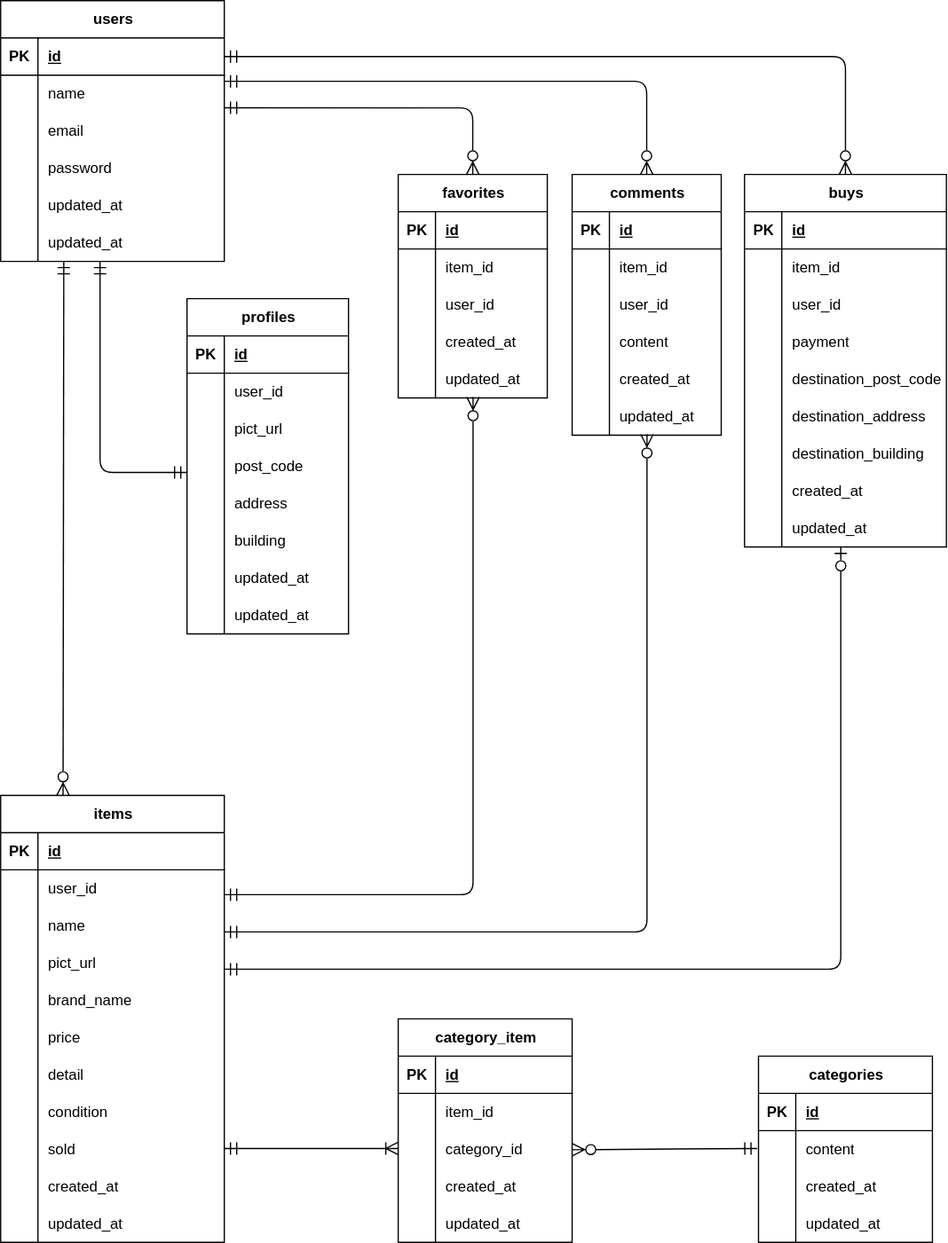
Earlier version of the draw.io export src/document/furima.drawio.svg (chatainazara/furima). Source tidied: cells renumbered, new cells last; positions are measured from the earlier drawing's top-left corner, leaving out a move shared by most shapes.
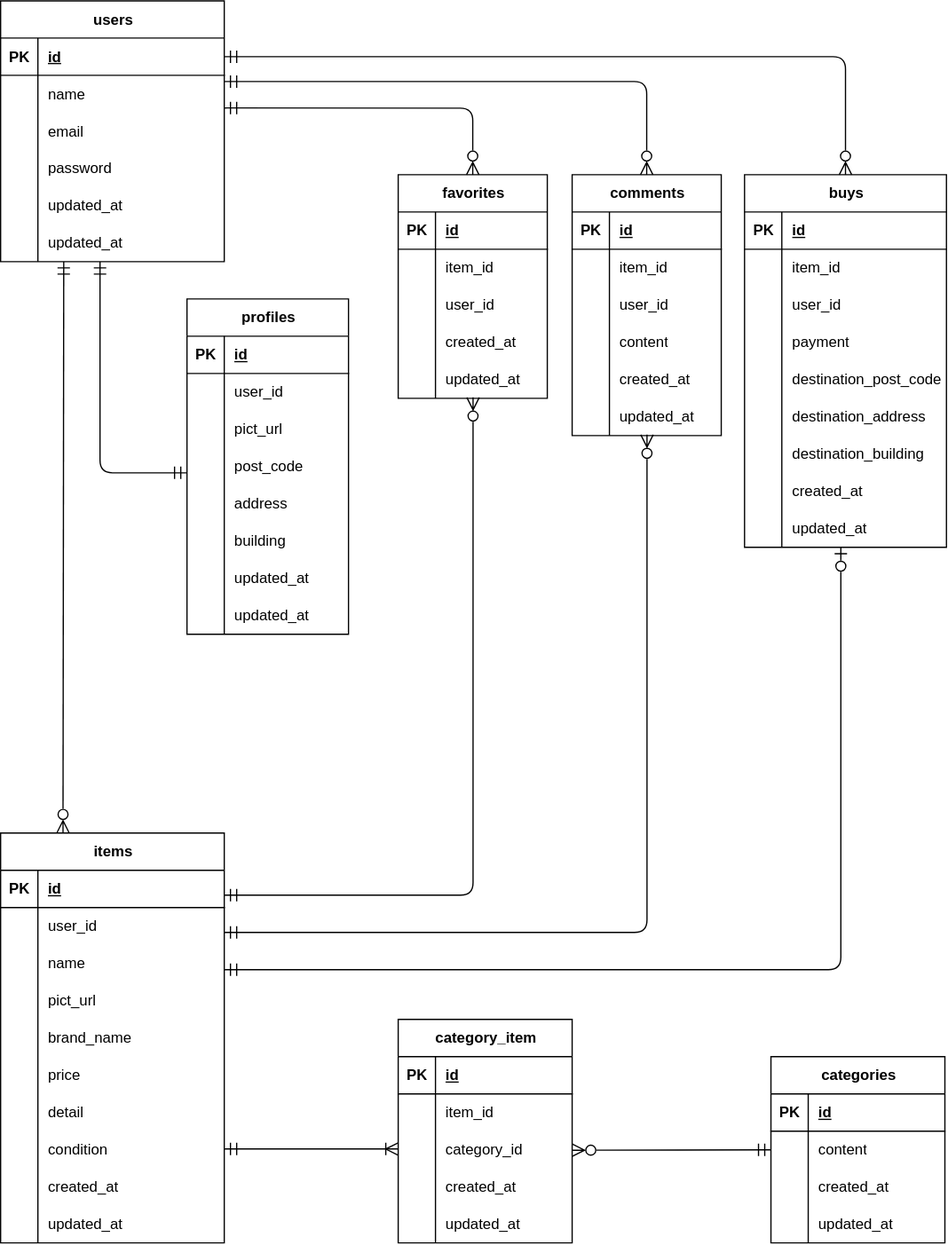
The same diagram one commit later.

Diff of the diagram source:
```diff
@@ -3,7 +3,7 @@
     <mxCell id="0" />
     <mxCell id="1" parent="0" />
     <mxCell id="2" value="items" style="shape=table;startSize=30;rowLines=0;fontStyle=1;align=center;html=1;" parent="1" vertex="1">
-      <mxGeometry y="640" width="180" height="360" as="geometry" />
+      <mxGeometry y="670" width="180" height="330" as="geometry" />
     </mxCell>
     <mxCell id="3" style="shape=tableRow;horizontal=0;startSize=0;swimlaneHead=0;swimlaneBody=0;fillColor=none;top=0;left=0;right=0;bottom=1;" parent="2" vertex="1">
       <mxGeometry y="30" width="180" height="30" as="geometry" />
@@ -77,17 +77,8 @@
     <mxCell id="26" value="condition" style="shape=partialRectangle;fillColor=none;top=0;left=0;bottom=0;right=0;align=left;spacingLeft=6;overflow=hidden;whiteSpace=wrap;html=1;" parent="24" vertex="1">
       <mxGeometry x="30" width="150" height="30" as="geometry" />
     </mxCell>
-    <mxCell id="27" style="shape=tableRow;horizontal=0;startSize=0;swimlaneHead=0;swimlaneBody=0;fillColor=none;top=0;left=0;right=0;bottom=0;" parent="2" vertex="1">
-      <mxGeometry y="270" width="180" height="30" as="geometry" />
-    </mxCell>
-    <mxCell id="28" style="shape=partialRectangle;fillColor=none;top=0;left=0;bottom=0;right=0;overflow=hidden;whiteSpace=wrap;html=1;" parent="27" vertex="1">
-      <mxGeometry width="30" height="30" as="geometry" />
-    </mxCell>
-    <mxCell id="29" value="sold" style="shape=partialRectangle;fillColor=none;top=0;left=0;bottom=0;right=0;align=left;spacingLeft=6;overflow=hidden;whiteSpace=wrap;html=1;" parent="27" vertex="1">
-      <mxGeometry x="30" width="150" height="30" as="geometry" />
-    </mxCell>
     <mxCell id="30" style="shape=tableRow;horizontal=0;startSize=0;swimlaneHead=0;swimlaneBody=0;fillColor=none;top=0;left=0;right=0;bottom=0;" parent="2" vertex="1">
-      <mxGeometry y="300" width="180" height="30" as="geometry" />
+      <mxGeometry y="270" width="180" height="30" as="geometry" />
     </mxCell>
     <mxCell id="31" style="shape=partialRectangle;fillColor=none;top=0;left=0;bottom=0;right=0;overflow=hidden;whiteSpace=wrap;html=1;" parent="30" vertex="1">
       <mxGeometry width="30" height="30" as="geometry" />
@@ -96,7 +87,7 @@
       <mxGeometry x="30" width="150" height="30" as="geometry" />
     </mxCell>
     <mxCell id="33" style="shape=tableRow;horizontal=0;startSize=0;swimlaneHead=0;swimlaneBody=0;fillColor=none;top=0;left=0;right=0;bottom=0;" parent="2" vertex="1">
-      <mxGeometry y="330" width="180" height="30" as="geometry" />
+      <mxGeometry y="300" width="180" height="30" as="geometry" />
     </mxCell>
     <mxCell id="34" style="shape=partialRectangle;fillColor=none;top=0;left=0;bottom=0;right=0;overflow=hidden;whiteSpace=wrap;html=1;" parent="33" vertex="1">
       <mxGeometry width="30" height="30" as="geometry" />
@@ -105,7 +96,7 @@
       <mxGeometry x="30" width="150" height="30" as="geometry" />
     </mxCell>
     <mxCell id="36" value="categories" style="shape=table;startSize=30;rowLines=0;fontStyle=1;align=center;html=1;" parent="1" vertex="1">
-      <mxGeometry x="610" y="850" width="140" height="150" as="geometry" />
+      <mxGeometry x="620" y="850" width="140" height="150" as="geometry" />
     </mxCell>
     <mxCell id="37" style="shape=tableRow;horizontal=0;startSize=0;swimlaneHead=0;swimlaneBody=0;fillColor=none;top=0;left=0;right=0;bottom=1;" parent="36" vertex="1">
       <mxGeometry y="30" width="140" height="30" as="geometry" />
@@ -496,10 +487,9 @@
         <mxPoint x="180" y="924.4" as="targetPoint" />
       </mxGeometry>
     </mxCell>
-    <mxCell id="155" style="edgeStyle=none;orthogonalLoop=1;jettySize=auto;html=1;endArrow=ERmandOne;startArrow=ERzeroToMany;endSize=8;startSize=8;startFill=0;endFill=0;exitX=0.993;exitY=0.2;exitDx=0;exitDy=0;exitPerimeter=0;" parent="1" edge="1">
+    <mxCell id="155" style="edgeStyle=none;jettySize=auto;html=1;endArrow=ERmandOne;startArrow=ERzeroToMany;endSize=8;startSize=8;startFill=0;endFill=0;exitX=0.993;exitY=0.2;exitDx=0;exitDy=0;exitPerimeter=0;entryX=0;entryY=0.5;entryDx=0;entryDy=0;" parent="1" edge="1" target="40">
       <mxGeometry relative="1" as="geometry">
         <mxPoint x="460" y="925.4" as="sourcePoint" />
-        <mxPoint x="609" y="924.4" as="targetPoint" />
       </mxGeometry>
     </mxCell>
     <mxCell id="156" value="profiles" style="shape=table;startSize=30;rowLines=0;fontStyle=1;align=center;html=1;" parent="1" vertex="1">
```
